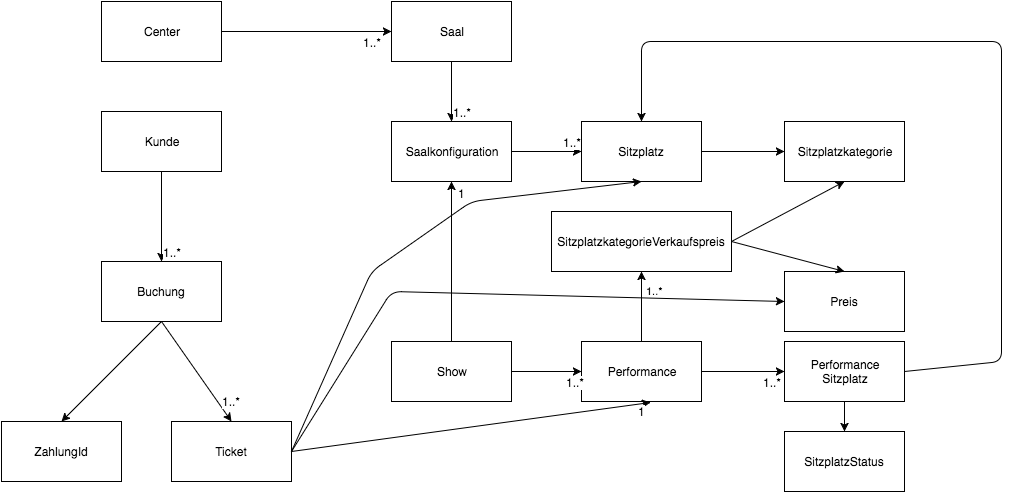
Before: sad/src/docs/asciidoc/images/08_domainModel.png, a diagram exported from draw.io (ehmkah/cas_swa_sad). Source tidied: cells renumbered, new cells last; positions are measured from the earlier drawing's top-left corner, leaving out a move shared by most shapes.
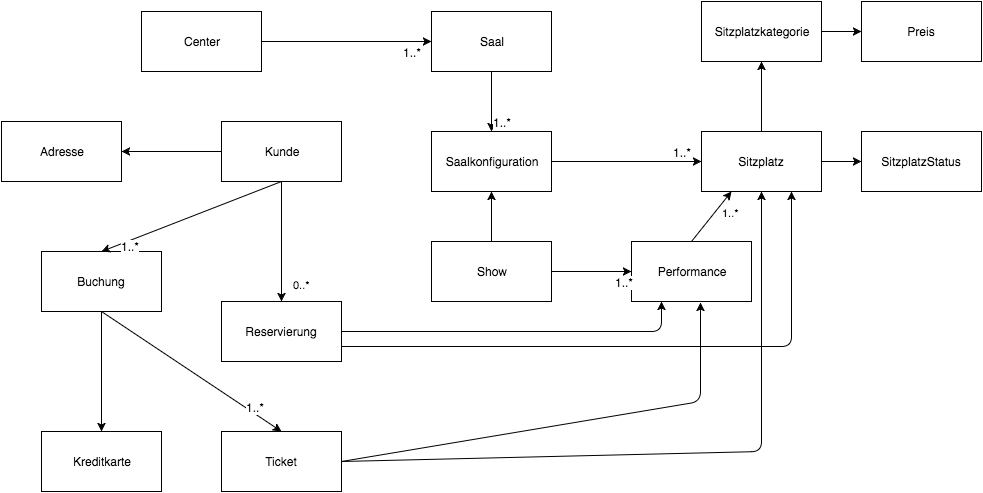
After the change.

What changed in the source:
```diff
@@ -3,10 +3,10 @@
     <mxCell id="0" />
     <mxCell id="1" parent="0" />
     <mxCell id="2" value="Show" style="whiteSpace=wrap;html=1;" parent="1" vertex="1">
-      <mxGeometry x="390" y="340" width="120" height="60" as="geometry" />
+      <mxGeometry x="390" y="230" width="120" height="60" as="geometry" />
     </mxCell>
     <mxCell id="3" value="Performance" style="whiteSpace=wrap;html=1;" parent="1" vertex="1">
-      <mxGeometry x="580" y="340" width="120" height="60" as="geometry" />
+      <mxGeometry x="590" y="230" width="120" height="60" as="geometry" />
     </mxCell>
     <mxCell id="4" style="endArrow=classic;html=1;entryX=0;entryY=0.5;exitX=1;exitY=0.5;" parent="1" edge="1" source="2" target="3">
       <mxGeometry relative="1" as="geometry" />
@@ -17,15 +17,15 @@
       </mxGeometry>
     </mxCell>
     <mxCell id="6" value="Ticket" style="whiteSpace=wrap;html=1;" parent="1" vertex="1">
-      <mxGeometry x="170" y="420" width="120" height="60" as="geometry" />
+      <mxGeometry x="180" y="420" width="120" height="60" as="geometry" />
     </mxCell>
     <mxCell id="7" value="Kunde" style="whiteSpace=wrap;html=1;" parent="1" vertex="1">
-      <mxGeometry x="100" y="110" width="120" height="60" as="geometry" />
+      <mxGeometry x="180" y="110" width="120" height="60" as="geometry" />
     </mxCell>
     <mxCell id="8" value="Buchung" style="whiteSpace=wrap;html=1;" parent="1" vertex="1">
-      <mxGeometry x="100" y="260" width="120" height="60" as="geometry" />
+      <mxGeometry y="240" width="120" height="60" as="geometry" />
     </mxCell>
-    <mxCell id="9" value="ZahlungId" style="whiteSpace=wrap;html=1;" parent="1" vertex="1">
+    <mxCell id="9" value="Kreditkarte" style="whiteSpace=wrap;html=1;" parent="1" vertex="1">
       <mxGeometry y="420" width="120" height="60" as="geometry" />
     </mxCell>
     <mxCell id="10" value="Saal" style="whiteSpace=wrap;html=1;" parent="1" vertex="1">
@@ -35,28 +35,20 @@
       <mxGeometry x="390" y="120" width="120" height="60" as="geometry" />
     </mxCell>
     <mxCell id="12" value="Sitzplatz" style="whiteSpace=wrap;html=1;" parent="1" vertex="1">
-      <mxGeometry x="580" y="120" width="120" height="60" as="geometry" />
+      <mxGeometry x="660" y="120" width="120" height="60" as="geometry" />
     </mxCell>
     <mxCell id="13" value="Preis" style="whiteSpace=wrap;html=1;" parent="1" vertex="1">
-      <mxGeometry x="783" y="270" width="120" height="60" as="geometry" />
+      <mxGeometry x="820" y="-10" width="120" height="60" as="geometry" />
     </mxCell>
-    <mxCell id="14" value="Performance&lt;div&gt;Sitzplatz&lt;/div&gt;" style="whiteSpace=wrap;html=1;" parent="1" vertex="1">
-      <mxGeometry x="783" y="340" width="120" height="60" as="geometry" />
-    </mxCell>
     <mxCell id="15" value="SitzplatzStatus" style="whiteSpace=wrap;html=1;" parent="1" vertex="1">
-      <mxGeometry x="783" y="430" width="120" height="60" as="geometry" />
+      <mxGeometry x="820" y="120" width="120" height="60" as="geometry" />
     </mxCell>
     <mxCell id="16" value="Sitzplatzkategorie" style="whiteSpace=wrap;html=1;" parent="1" vertex="1">
-      <mxGeometry x="783" y="120" width="120" height="60" as="geometry" />
+      <mxGeometry x="660" y="-10" width="120" height="60" as="geometry" />
     </mxCell>
     <mxCell id="17" style="endArrow=classic;html=1;exitX=0.5;exitY=0;entryX=0.5;entryY=1;" parent="1" edge="1" source="2" target="11">
       <mxGeometry relative="1" as="geometry" />
     </mxCell>
-    <mxCell id="18" value="1" style="text;html=1;align=center;verticalAlign=middle;labelBackgroundColor=#ffffff;" parent="17" vertex="1">
-      <mxGeometry x="0.8" relative="1" as="geometry">
-        <mxPoint x="10" y="-5" as="offset" />
-      </mxGeometry>
-    </mxCell>
     <mxCell id="19" style="endArrow=classic;html=1;entryX=0.5;entryY=0;exitX=0.5;exitY=1;" parent="1" edge="1" source="10" target="11">
       <mxGeometry relative="1" as="geometry" />
     </mxCell>
@@ -84,9 +76,6 @@
         <mxPoint x="-1" y="-9" as="offset" />
       </mxGeometry>
     </mxCell>
-    <mxCell id="26" style="endArrow=classic;html=1;exitX=1;exitY=0.5;entryX=0;entryY=0.5;" parent="1" edge="1" source="12" target="16">
-      <mxGeometry relative="1" as="geometry" />
-    </mxCell>
     <mxCell id="27" style="endArrow=classic;html=1;entryX=0.5;entryY=0;exitX=0.5;exitY=1;" parent="1" edge="1" source="7" target="8">
       <mxGeometry relative="1" as="geometry" />
     </mxCell>
@@ -107,59 +96,57 @@
       <mxGeometry relative="1" as="geometry" />
     </mxCell>
     <mxCell id="32" style="endArrow=classic;html=1;entryX=0.575;entryY=1.017;entryPerimeter=0;exitX=1;exitY=0.5;" parent="1" edge="1" source="6" target="3">
-      <mxGeometry relative="1" as="geometry" />
+      <mxGeometry relative="1" as="geometry">
+        <Array as="points">
+          <mxPoint x="659" y="390" />
+        </Array>
+      </mxGeometry>
     </mxCell>
-    <mxCell id="33" value="1" style="text;html=1;align=center;verticalAlign=middle;labelBackgroundColor=#ffffff;" parent="32" vertex="1">
-      <mxGeometry x="0.79" y="-1" relative="1" as="geometry">
-        <mxPoint x="28" y="2" as="offset" />
-      </mxGeometry>
-    </mxCell>
-    <mxCell id="34" style="endArrow=classic;html=1;exitX=0.5;exitY=1;entryX=0.5;entryY=0;" parent="1" edge="1" source="14" target="15">
-      <mxGeometry relative="1" as="geometry" />
-    </mxCell>
-    <mxCell id="35" style="endArrow=classic;html=1;entryX=0;entryY=0.5;exitX=1;exitY=0.5;" parent="1" edge="1" source="3" target="14">
-      <mxGeometry relative="1" as="geometry" />
-    </mxCell>
-    <mxCell id="36" value="1..*" style="text;html=1;align=center;verticalAlign=middle;labelBackgroundColor=#ffffff;" parent="35" vertex="1">
-      <mxGeometry x="0.76" y="-2" relative="1" as="geometry">
-        <mxPoint x="-3" y="8" as="offset" />
-      </mxGeometry>
-    </mxCell>
-    <mxCell id="37" value="SitzplatzkategorieVerkaufspreis" style="whiteSpace=wrap;html=1;" parent="1" vertex="1">
-      <mxGeometry x="550" y="210" width="180" height="60" as="geometry" />
-    </mxCell>
-    <mxCell id="38" style="endArrow=classic;html=1;entryX=0.5;entryY=0;exitX=1;exitY=0.5;" parent="1" edge="1" source="37" target="13">
-      <mxGeometry relative="1" as="geometry" />
-    </mxCell>
-    <mxCell id="39" style="endArrow=classic;html=1;entryX=0.5;entryY=1;exitX=1;exitY=0.5;" parent="1" edge="1" source="37" target="16">
-      <mxGeometry relative="1" as="geometry" />
-    </mxCell>
-    <mxCell id="40" value="1..*" style="endArrow=classic;html=1;exitX=0.5;exitY=0;entryX=0.5;entryY=1;" parent="1" edge="1" source="3" target="37">
+    <mxCell id="40" value="1..*" style="endArrow=classic;html=1;exitX=0.5;exitY=0;entryX=0.25;entryY=1;" parent="1" edge="1" source="3" target="12">
       <mxGeometry x="0.47" y="-13" relative="1" as="geometry" />
     </mxCell>
-    <mxCell id="41" style="endArrow=classic;html=1;exitX=1;exitY=0.5;entryX=0.5;entryY=1;" parent="1" edge="1" source="6" target="12">
-      <mxGeometry relative="1" as="geometry">
-        <Array as="points">
-          <mxPoint x="370" y="270" />
-          <mxPoint x="470" y="200" />
-        </Array>
-      </mxGeometry>
-    </mxCell>
-    <mxCell id="42" style="endArrow=classic;html=1;exitX=1;exitY=0.5;entryX=0.5;entryY=0;" parent="1" edge="1" source="14" target="12">
-      <mxGeometry relative="1" as="geometry">
-        <Array as="points">
-          <mxPoint x="1000" y="360" />
-          <mxPoint x="1000" y="40" />
-          <mxPoint x="640" y="40" />
-        </Array>
-      </mxGeometry>
-    </mxCell>
-    <mxCell id="43" style="endArrow=classic;html=1;exitX=1;exitY=0.5;entryX=0;entryY=0.5;" parent="1" edge="1" source="6" target="13">
-      <mxGeometry relative="1" as="geometry">
-        <Array as="points">
-          <mxPoint x="390" y="290" />
-        </Array>
-      </mxGeometry>
-    </mxCell>
+    <mxCell id="44" value="Adresse" style="whiteSpace=wrap;html=1;" parent="1" vertex="1">
+      <mxGeometry x="-40" y="110" width="120" height="60" as="geometry" />
+    </mxCell>
+    <mxCell id="45" style="endArrow=classic;html=1;exitX=0;exitY=0.5;entryX=1;entryY=0.5;" parent="1" edge="1" source="7" target="44">
+      <mxGeometry relative="1" as="geometry" />
+    </mxCell>
+    <mxCell id="46" value="Reservierung" style="whiteSpace=wrap;html=1;" parent="1" vertex="1">
+      <mxGeometry x="180" y="290" width="120" height="60" as="geometry" />
+    </mxCell>
+    <mxCell id="47" value="0..*" style="endArrow=classic;html=1;exitX=0.5;exitY=1;entryX=0.5;entryY=0;" parent="1" edge="1" source="7" target="46">
+      <mxGeometry x="0.71" y="20" relative="1" as="geometry" />
+    </mxCell>
+    <mxCell id="48" style="endArrow=classic;html=1;exitX=1;exitY=0.5;entryX=0;entryY=0.5;" parent="1" edge="1" source="12" target="15">
+      <mxGeometry relative="1" as="geometry" />
+    </mxCell>
+    <mxCell id="49" style="endArrow=classic;html=1;exitX=1;exitY=0.5;entryX=0.25;entryY=1;" parent="1" edge="1" source="46" target="3">
+      <mxGeometry relative="1" as="geometry">
+        <Array as="points">
+          <mxPoint x="620" y="320" />
+        </Array>
+      </mxGeometry>
+    </mxCell>
+    <mxCell id="50" style="endArrow=classic;html=1;exitX=1;exitY=0.5;" parent="1" edge="1" source="6">
+      <mxGeometry relative="1" as="geometry">
+        <mxPoint x="720" y="180" as="targetPoint" />
+        <Array as="points">
+          <mxPoint x="720" y="440" />
+        </Array>
+      </mxGeometry>
+    </mxCell>
+    <mxCell id="51" style="endArrow=classic;html=1;exitX=1;exitY=0.75;entryX=0.75;entryY=1;" parent="1" edge="1" source="46" target="12">
+      <mxGeometry relative="1" as="geometry">
+        <Array as="points">
+          <mxPoint x="750" y="335" />
+        </Array>
+      </mxGeometry>
+    </mxCell>
+    <mxCell id="26" style="endArrow=classic;html=1;exitX=0.5;exitY=0;entryX=0.5;entryY=1;" parent="1" edge="1" source="12" target="16">
+      <mxGeometry relative="1" as="geometry" />
+    </mxCell>
+    <mxCell id="52" style="endArrow=classic;html=1;exitX=1;exitY=0.5;entryX=0;entryY=0.5;" parent="1" edge="1" source="16" target="13">
+      <mxGeometry relative="1" as="geometry" />
+    </mxCell>
   </root>
 </mxGraphModel>
```
